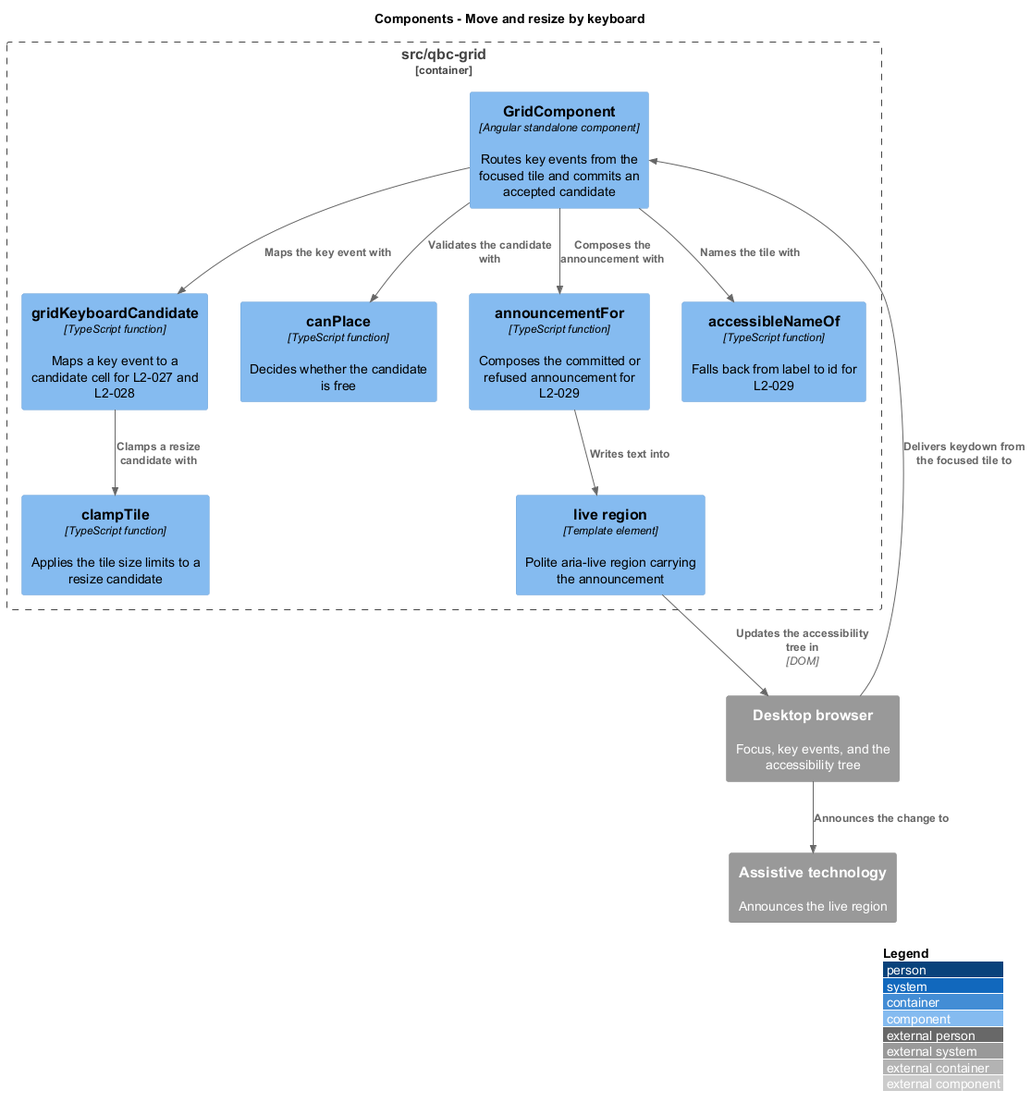
This is docs/detailed-designs/tile-interaction/move-and-resize-by-keyboard/diagrams/c4-component.png from QuinntyneBrown/qbc-grid, a PlantUML export, as it was before one commit.
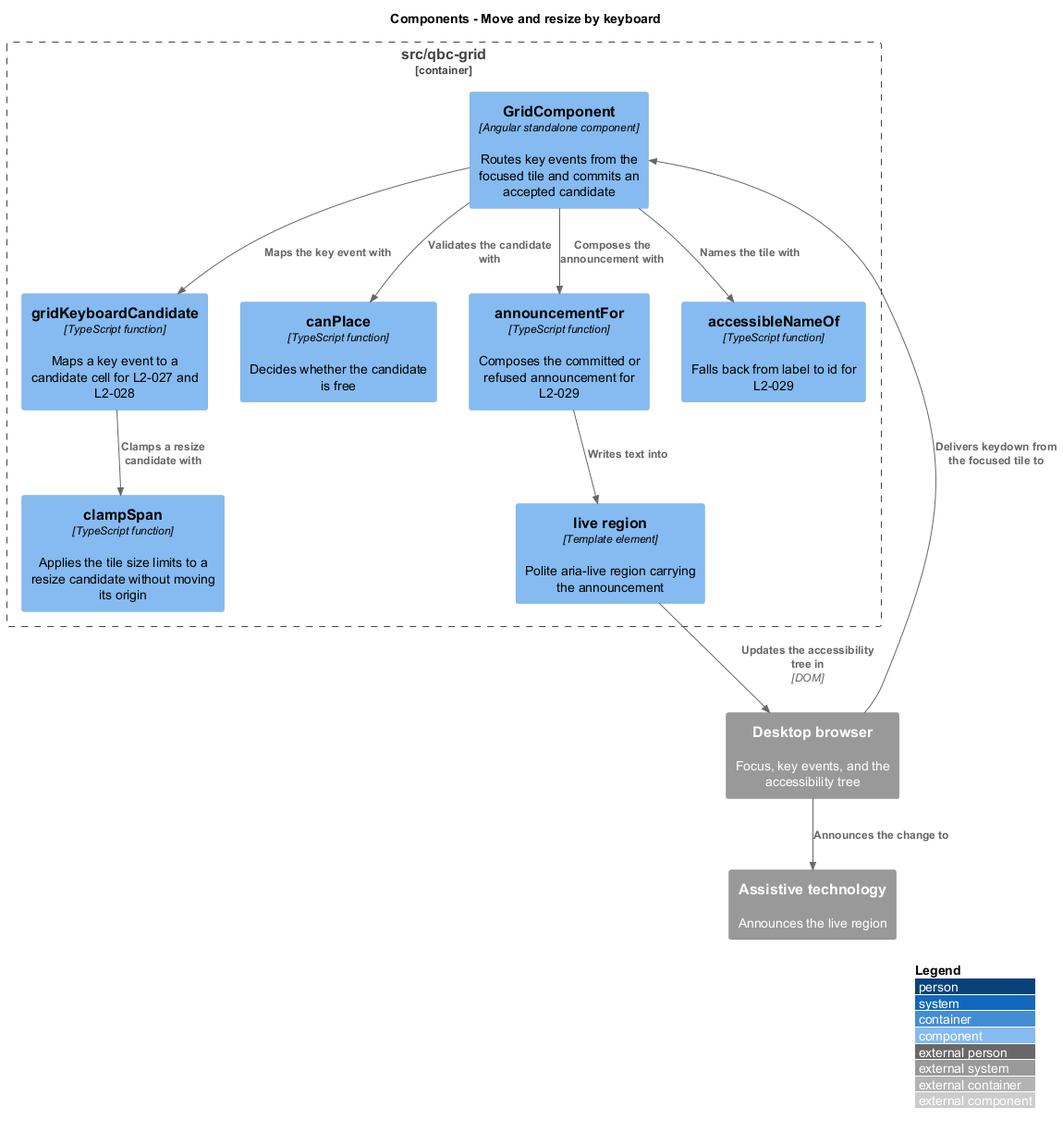
The same file after the commit.

What changed in the source:
```diff
@@ -6,7 +6,7 @@
 Container_Boundary(components, "src/qbc-grid") {
   Component(grid, "GridComponent", "Angular standalone component", "Routes key events from the focused tile and commits an accepted candidate")
   Component(keys, "gridKeyboardCandidate", "TypeScript function", "Maps a key event to a candidate cell for L2-027 and L2-028")
-  Component(clamp, "clampTile", "TypeScript function", "Applies the tile size limits to a resize candidate")
+  Component(clamp, "clampSpan", "TypeScript function", "Applies the tile size limits to a resize candidate without moving its origin")
   Component(canplace, "canPlace", "TypeScript function", "Decides whether the candidate is free")
   Component(announce, "announcementFor", "TypeScript function", "Composes the committed or refused announcement for L2-029")
   Component(live, "live region", "Template element", "Polite aria-live region carrying the announcement")
```
